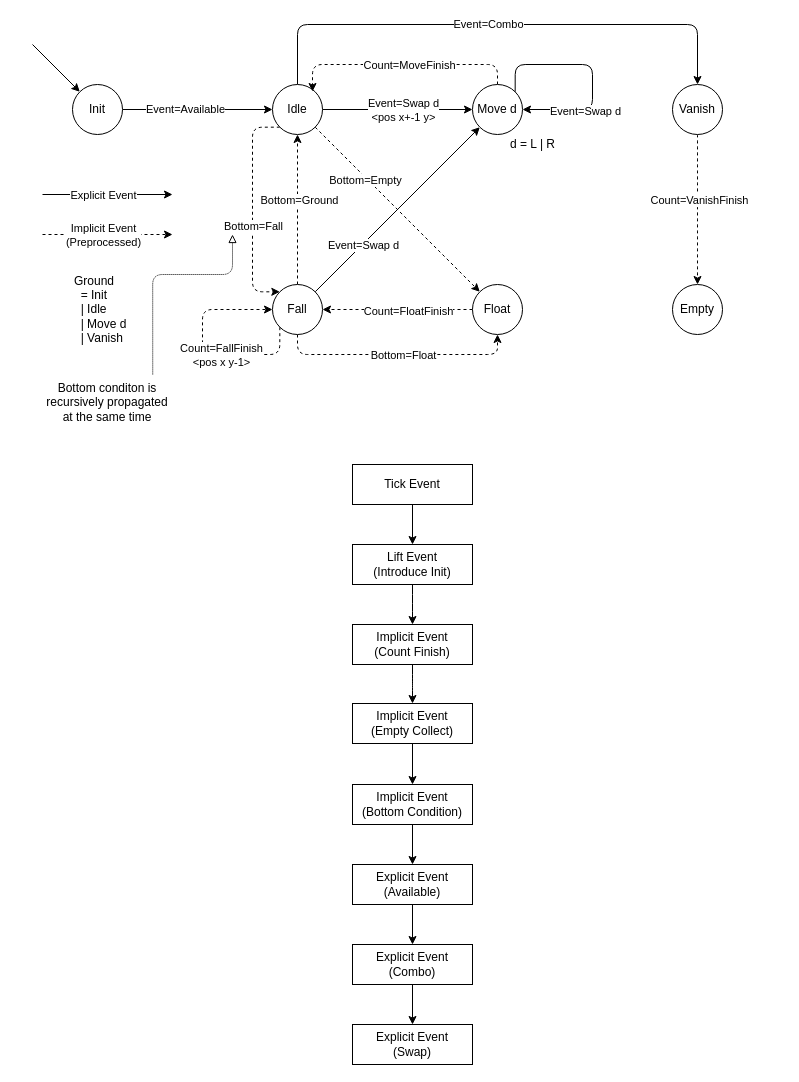
matonix/panepon keeps this draw.io diagram as panel.drawio. Above is the earlier version. Source tidied: cells renumbered, new cells numbered last; positions are measured from the earlier drawing's top-left corner, leaving out a move shared by most shapes. Both pictures are drawn from the tidied source at 100%, with x=0, y=0 at pixel (32, 24).
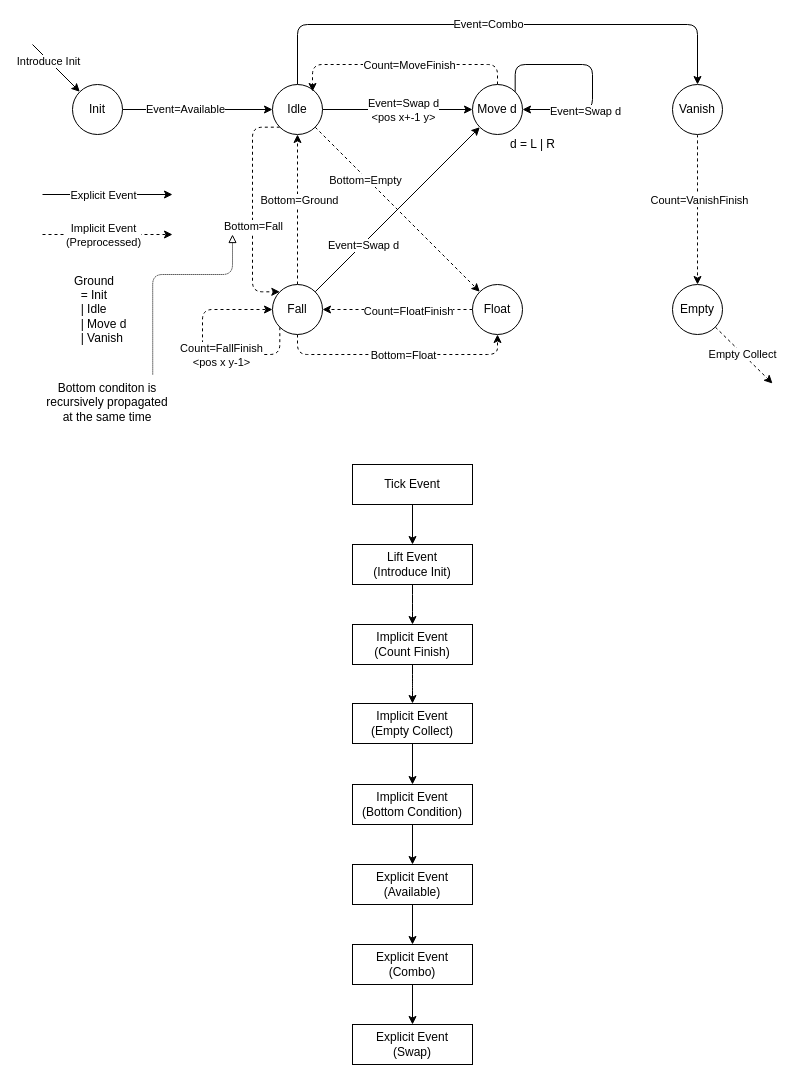
The same page after the edit.

Unchanged cells that the change refers to:
```xml
<mxCell id="29" style="endArrow=classic;html=1;entryX=0;entryY=0;entryDx=0;entryDy=0;" parent="1" edge="1" target="13">
  <mxGeometry relative="1" as="geometry">
    <mxPoint y="20" as="sourcePoint" />
  </mxGeometry>
</mxCell>
<mxCell id="30" value="Empty" style="ellipse;whiteSpace=wrap;html=1;" parent="1" vertex="1">
  <mxGeometry x="640" y="260" width="50" height="50" as="geometry" />
</mxCell>
```

Change to the diagram source:
```diff
@@
+    <mxCell id="59" value="Introduce Init" style="edgeLabel;html=1;align=center;verticalAlign=middle;" parent="29" vertex="1">
+      <mxGeometry x="-0.31" y="-1" relative="1" as="geometry" />
+    </mxCell>
+    <mxCell id="60" style="rounded=0;jettySize=auto;html=1;endArrow=classic;endFill=1;dashed=1;" parent="1" edge="1" source="30">
+      <mxGeometry relative="1" as="geometry">
+        <mxPoint x="740" y="359" as="targetPoint" />
+      </mxGeometry>
+    </mxCell>
+    <mxCell id="61" value="Empty Collect" style="edgeLabel;html=1;align=center;verticalAlign=middle;" parent="60" vertex="1">
+      <mxGeometry x="-0.37" y="-3" relative="1" as="geometry">
+        <mxPoint x="11" y="7" as="offset" />
+      </mxGeometry>
+    </mxCell>
```
